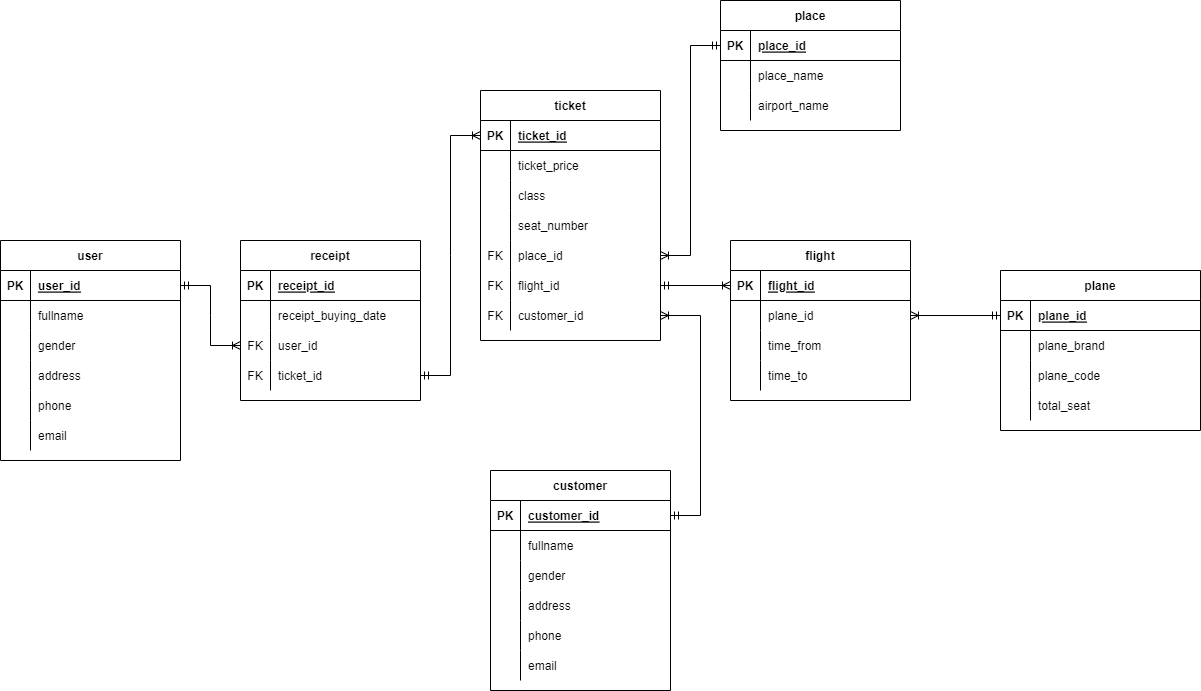
Above: database/Database.png in GumBox/CloudAirlineG8 (draw.io), before the change. Source tidied: cells renumbered, new cells last; positions are measured from the earlier drawing's top-left corner, leaving out a move shared by most shapes.
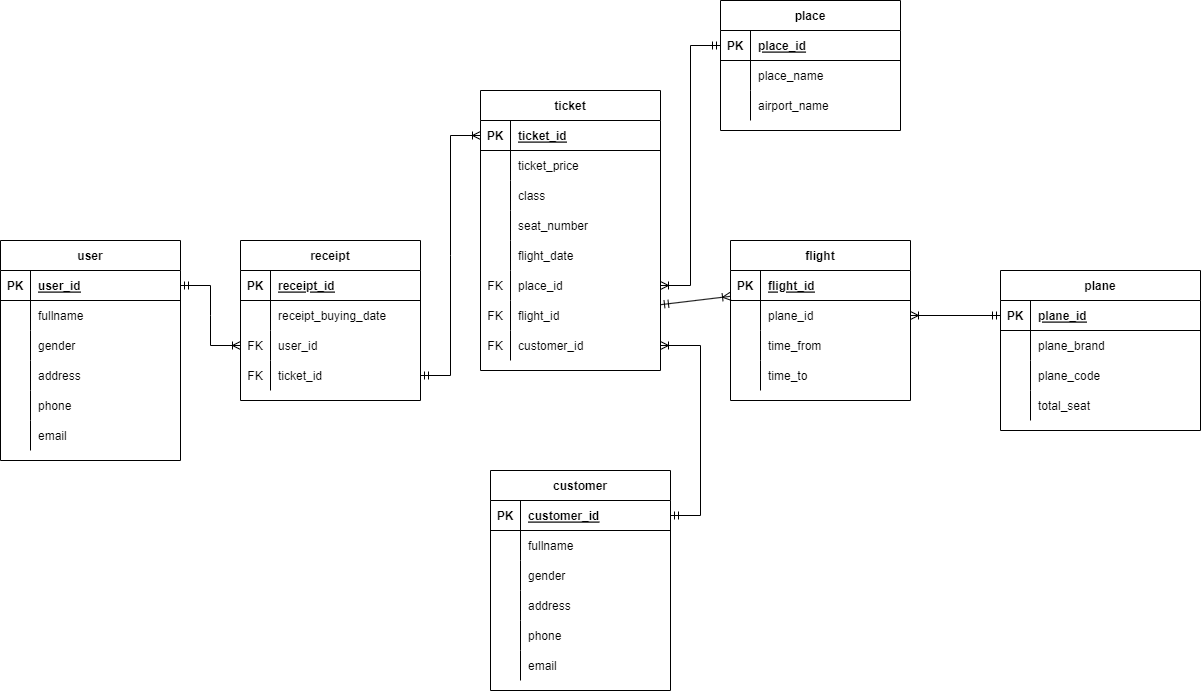
After the commit.

Change to the diagram source:
```diff
@@ -60,7 +60,7 @@
       <mxGeometry x="30" width="150" height="30" as="geometry" />
     </mxCell>
     <mxCell id="21" value="ticket" style="shape=table;startSize=30;rowLines=0;fontStyle=1;align=center;verticalAlign=middle;" parent="1" vertex="1">
-      <mxGeometry x="480" y="90" width="180" height="250" as="geometry" />
+      <mxGeometry x="480" y="90" width="180" height="280" as="geometry" />
     </mxCell>
     <mxCell id="22" style="shape=tableRow;horizontal=0;startSize=0;swimlaneHead=0;swimlaneBody=0;fillColor=none;points=[[0,0.5],[1,0.5]];portConstraint=eastwest;top=0;left=0;right=0;bottom=1;" parent="21" vertex="1">
       <mxGeometry y="30" width="180" height="30" as="geometry" />
@@ -98,8 +98,17 @@
     <mxCell id="33" value="seat_number" style="shape=partialRectangle;fillColor=none;top=0;left=0;bottom=0;right=0;align=left;spacingLeft=6;overflow=hidden;" parent="31" vertex="1">
       <mxGeometry x="30" width="150" height="30" as="geometry" />
     </mxCell>
+    <mxCell id="117" style="shape=tableRow;horizontal=0;startSize=0;swimlaneHead=0;swimlaneBody=0;fillColor=none;top=0;left=0;right=0;bottom=0;" parent="21" vertex="1">
+      <mxGeometry y="150" width="180" height="30" as="geometry" />
+    </mxCell>
+    <mxCell id="118" style="shape=partialRectangle;fillColor=none;top=0;left=0;bottom=0;right=0;overflow=hidden;" parent="117" vertex="1">
+      <mxGeometry width="30" height="30" as="geometry" />
+    </mxCell>
+    <mxCell id="119" value="flight_date" style="shape=partialRectangle;fillColor=none;top=0;left=0;bottom=0;right=0;align=left;spacingLeft=6;overflow=hidden;" parent="117" vertex="1">
+      <mxGeometry x="30" width="150" height="30" as="geometry" />
+    </mxCell>
     <mxCell id="34" style="shape=tableRow;horizontal=0;startSize=0;swimlaneHead=0;swimlaneBody=0;fillColor=none;points=[[0,0.5],[1,0.5]];portConstraint=eastwest;top=0;left=0;right=0;bottom=0;" parent="21" vertex="1">
-      <mxGeometry y="150" width="180" height="30" as="geometry" />
+      <mxGeometry y="180" width="180" height="30" as="geometry" />
     </mxCell>
     <mxCell id="35" value="FK" style="shape=partialRectangle;fillColor=none;top=0;left=0;bottom=0;right=0;overflow=hidden;" parent="34" vertex="1">
       <mxGeometry width="30" height="30" as="geometry" />
@@ -108,7 +117,7 @@
       <mxGeometry x="30" width="150" height="30" as="geometry" />
     </mxCell>
     <mxCell id="37" style="shape=tableRow;horizontal=0;startSize=0;swimlaneHead=0;swimlaneBody=0;fillColor=none;points=[[0,0.5],[1,0.5]];portConstraint=eastwest;top=0;left=0;right=0;bottom=0;" parent="21" vertex="1">
-      <mxGeometry y="180" width="180" height="30" as="geometry" />
+      <mxGeometry y="210" width="180" height="30" as="geometry" />
     </mxCell>
     <mxCell id="38" value="FK" style="shape=partialRectangle;fillColor=none;top=0;left=0;bottom=0;right=0;overflow=hidden;" parent="37" vertex="1">
       <mxGeometry width="30" height="30" as="geometry" />
@@ -117,7 +126,7 @@
       <mxGeometry x="30" width="150" height="30" as="geometry" />
     </mxCell>
     <mxCell id="40" style="shape=tableRow;horizontal=0;startSize=0;swimlaneHead=0;swimlaneBody=0;fillColor=none;points=[[0,0.5],[1,0.5]];portConstraint=eastwest;top=0;left=0;right=0;bottom=0;" parent="21" vertex="1">
-      <mxGeometry y="210" width="180" height="30" as="geometry" />
+      <mxGeometry y="240" width="180" height="30" as="geometry" />
     </mxCell>
     <mxCell id="41" value="FK" style="shape=partialRectangle;fillColor=none;top=0;left=0;bottom=0;right=0;overflow=hidden;" parent="40" vertex="1">
       <mxGeometry width="30" height="30" as="geometry" />
```
